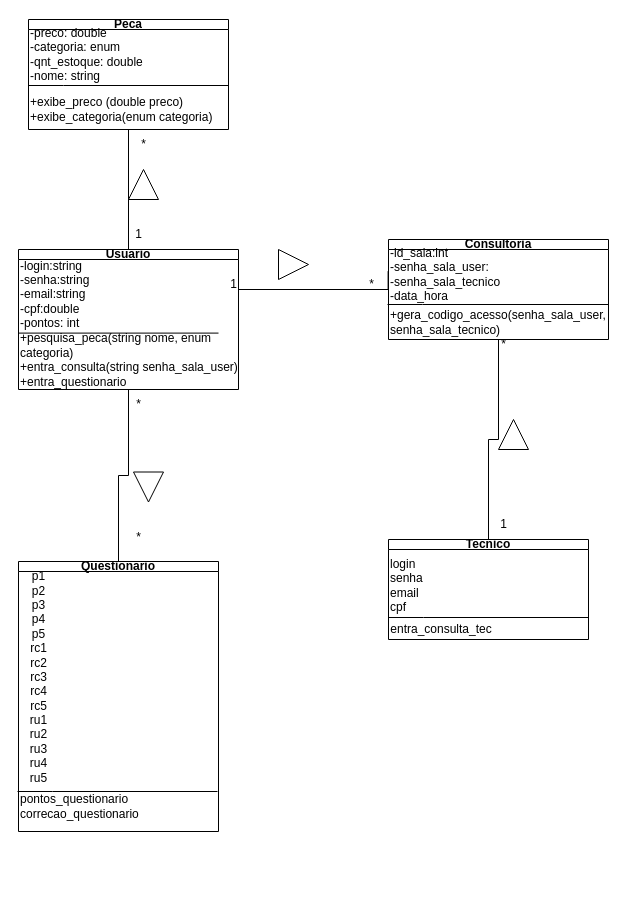
The draw.io diagram page "Page-11" (11 of 11) of Diagrama sem nome.drawio in devguina/CEFET-Software_Engineering, before the edit. Source tidied: cells renumbered, new cells numbered last; positions are measured from the earlier drawing's top-left corner, leaving out a move shared by most shapes. Both pictures are drawn from the tidied source at 100%, with x=0, y=0 at pixel (17, 19).
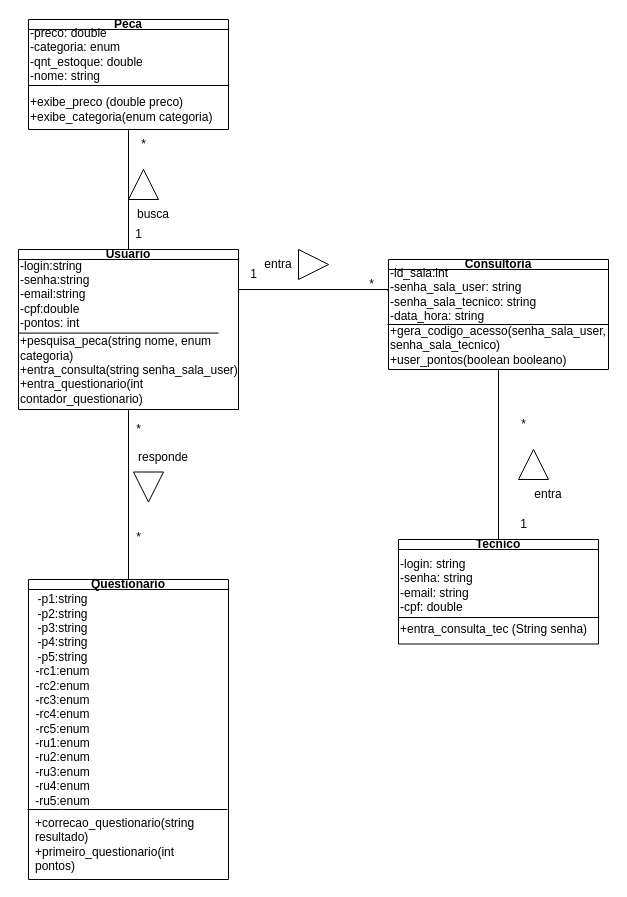
The same page after the edit.

The edit, as a diff of the source:
```diff
@@
     <mxCell id="3" value="Usuario" style="swimlane;whiteSpace=wrap;html=1;startSize=10;" parent="1" vertex="1">
-      <mxGeometry x="1" y="230" width="220" height="140" as="geometry" />
+      <mxGeometry x="1" y="230" width="220" height="160" as="geometry" />
     </mxCell>
-    <mxCell id="4" value="+pesquisa_peca(string nome, enum categoria)&lt;div&gt;+entra_consulta(string senha_sala_user)&lt;/div&gt;&lt;div&gt;+entra_questionario&lt;/div&gt;&lt;div&gt;&lt;br&gt;&lt;/div&gt;&lt;div&gt;&lt;br&gt;&lt;/div&gt;" style="text;html=1;align=left;verticalAlign=middle;whiteSpace=wrap;rounded=0;" parent="3" vertex="1">
-      <mxGeometry y="110" width="220" height="30" as="geometry" />
+    <mxCell id="4" value="+pesquisa_peca(string nome, enum categoria)&lt;div&gt;+entra_consulta(string senha_sala_user)&lt;/div&gt;&lt;div&gt;+entra_questionario(int contador_questionario)&lt;/div&gt;&lt;div&gt;&lt;br&gt;&lt;/div&gt;&lt;div&gt;&lt;br&gt;&lt;/div&gt;" style="text;html=1;align=left;verticalAlign=middle;whiteSpace=wrap;rounded=0;" parent="3" vertex="1">
+      <mxGeometry y="110" width="220" height="50" as="geometry" />
     </mxCell>
@@
     <mxCell id="6" value="Questionario" style="swimlane;whiteSpace=wrap;html=1;startSize=10;" parent="1" vertex="1">
-      <mxGeometry x="1" y="542" width="200" height="270" as="geometry" />
+      <mxGeometry x="11" y="560" width="200" height="300" as="geometry" />
     </mxCell>
-    <mxCell id="7" value="&lt;div&gt;p1&lt;/div&gt;&lt;div&gt;p2&lt;/div&gt;&lt;div&gt;p3&lt;/div&gt;&lt;div&gt;p4&lt;/div&gt;&lt;div&gt;p5&lt;/div&gt;&lt;div&gt;rc1&lt;/div&gt;&lt;div&gt;rc2&lt;/div&gt;&lt;div&gt;rc3&lt;/div&gt;&lt;div&gt;rc4&lt;/div&gt;&lt;div&gt;rc5&lt;/div&gt;&lt;div&gt;ru1&lt;/div&gt;&lt;div&gt;ru2&lt;/div&gt;&lt;div&gt;ru3&lt;/div&gt;&lt;div&gt;ru4&lt;/div&gt;&lt;div&gt;ru5&lt;/div&gt;&lt;div&gt;&lt;br&gt;&lt;/div&gt;&lt;div&gt;&lt;br&gt;&lt;/div&gt;" style="text;html=1;align=center;verticalAlign=middle;strokeColor=none;fillColor=none;" parent="6" vertex="1">
-      <mxGeometry width="40" height="260" as="geometry" />
+    <mxCell id="7" value="&lt;div&gt;-p1:string&lt;/div&gt;&lt;div&gt;-p2:&lt;span style=&quot;background-color: initial;&quot;&gt;string&lt;/span&gt;&lt;/div&gt;&lt;div&gt;-p3:&lt;span style=&quot;background-color: initial;&quot;&gt;string&lt;/span&gt;&lt;/div&gt;&lt;div&gt;-p4:&lt;span style=&quot;background-color: initial;&quot;&gt;string&lt;/span&gt;&lt;/div&gt;&lt;div&gt;-p5:&lt;span style=&quot;background-color: initial;&quot;&gt;string&lt;/span&gt;&lt;/div&gt;&lt;div&gt;-rc1&lt;span style=&quot;background-color: initial;&quot;&gt;:enum&lt;/span&gt;&lt;/div&gt;&lt;div&gt;-rc2&lt;span style=&quot;background-color: initial;&quot;&gt;:enum&lt;/span&gt;&lt;/div&gt;&lt;div&gt;-rc3&lt;span style=&quot;background-color: initial;&quot;&gt;:enum&lt;/span&gt;&lt;/div&gt;&lt;div&gt;-rc4&lt;span style=&quot;background-color: initial;&quot;&gt;:enum&lt;/span&gt;&lt;/div&gt;&lt;div&gt;-rc5&lt;span style=&quot;background-color: initial;&quot;&gt;:&lt;/span&gt;&lt;span style=&quot;background-color: initial;&quot;&gt;enum&lt;/span&gt;&lt;/div&gt;&lt;div&gt;-ru1&lt;span style=&quot;background-color: initial;&quot;&gt;:&lt;/span&gt;&lt;span style=&quot;background-color: initial;&quot;&gt;enum&lt;/span&gt;&lt;/div&gt;&lt;div&gt;-ru2&lt;span style=&quot;background-color: initial;&quot;&gt;:&lt;/span&gt;&lt;span style=&quot;background-color: initial;&quot;&gt;enum&lt;/span&gt;&lt;/div&gt;&lt;div&gt;-ru3&lt;span style=&quot;background-color: initial;&quot;&gt;:&lt;/span&gt;&lt;span style=&quot;background-color: initial;&quot;&gt;enum&lt;/span&gt;&lt;/div&gt;&lt;div&gt;-ru4&lt;span style=&quot;background-color: initial;&quot;&gt;:&lt;/span&gt;&lt;span style=&quot;background-color: initial;&quot;&gt;enum&lt;/span&gt;&lt;/div&gt;&lt;div&gt;-ru5&lt;span style=&quot;background-color: initial;&quot;&gt;:&lt;/span&gt;&lt;span style=&quot;background-color: initial;&quot;&gt;enum&lt;/span&gt;&lt;/div&gt;&lt;div&gt;&lt;br&gt;&lt;/div&gt;&lt;div&gt;&lt;br&gt;&lt;/div&gt;" style="text;html=1;align=center;verticalAlign=middle;strokeColor=none;fillColor=none;" parent="6" vertex="1">
+      <mxGeometry x="-6" y="5" width="80" height="260" as="geometry" />
     </mxCell>
@@
-    <mxCell id="9" value="pontos_questionario&lt;div&gt;correcao_questionario&lt;/div&gt;" style="text;html=1;align=left;verticalAlign=middle;whiteSpace=wrap;rounded=0;" parent="6" vertex="1">
-      <mxGeometry y="230" width="60" height="30" as="geometry" />
+    <mxCell id="9" value="&lt;div&gt;+correcao_questionario(string resultado)&lt;/div&gt;&lt;div&gt;+primeiro_questionario(int pontos)&lt;/div&gt;" style="text;html=1;align=left;verticalAlign=middle;whiteSpace=wrap;rounded=0;" parent="6" vertex="1">
+      <mxGeometry x="5" y="250" width="180" height="30" as="geometry" />
     </mxCell>
     <mxCell id="10" value="*" style="text;html=1;align=center;verticalAlign=middle;strokeColor=none;fillColor=none;" parent="1" vertex="1">
-      <mxGeometry x="106" y="370" width="30" height="30" as="geometry" />
+      <mxGeometry x="106" y="395" width="30" height="30" as="geometry" />
     </mxCell>
@@
     <mxCell id="12" value="Consultoria" style="swimlane;whiteSpace=wrap;html=1;startSize=10;" parent="1" vertex="1">
-      <mxGeometry x="371" y="220" width="220" height="100" as="geometry" />
+      <mxGeometry x="371" y="240" width="220" height="110" as="geometry" />
     </mxCell>
-    <mxCell id="13" value="-id_sala:int&lt;div&gt;-senha_sala_user:&lt;/div&gt;&lt;div&gt;-senha_sala_tecnico&lt;/div&gt;&lt;div&gt;-data_hora&lt;/div&gt;" style="text;html=1;align=left;verticalAlign=middle;points=[];strokeColor=none;fillColor=none;" parent="12" vertex="1">
-      <mxGeometry width="130" height="70" as="geometry" />
+    <mxCell id="13" value="-id_sala:int&lt;div&gt;-senha_sala_user: string&lt;/div&gt;&lt;div&gt;-senha_sala_tecnico: string&lt;/div&gt;&lt;div&gt;-data_hora: string&lt;/div&gt;" style="text;html=1;align=left;verticalAlign=middle;points=[];strokeColor=none;fillColor=none;" parent="12" vertex="1">
+      <mxGeometry width="170" height="70" as="geometry" />
     </mxCell>
@@
-    <mxCell id="15" value="&lt;div&gt;+gera_codigo_acesso(senha_sala_user, senha_sala_tecnico)&lt;/div&gt;" style="text;html=1;align=left;verticalAlign=middle;whiteSpace=wrap;rounded=0;" parent="12" vertex="1">
-      <mxGeometry y="68" width="220" height="30" as="geometry" />
+    <mxCell id="15" value="&lt;div&gt;+gera_codigo_acesso(senha_sala_user,&amp;nbsp; senha_sala_tecnico)&lt;/div&gt;&lt;div&gt;+user_pontos(boolean booleano)&lt;/div&gt;" style="text;html=1;align=left;verticalAlign=middle;whiteSpace=wrap;rounded=0;" parent="12" vertex="1">
+      <mxGeometry y="50" width="220" height="72" as="geometry" />
     </mxCell>
@@
     <mxCell id="17" value="Tecnico" style="swimlane;whiteSpace=wrap;html=1;startSize=10;" parent="1" vertex="1">
-      <mxGeometry x="371" y="520" width="200" height="100" as="geometry" />
+      <mxGeometry x="381" y="520" width="200" height="104.5" as="geometry" />
     </mxCell>
-    <mxCell id="18" value="&lt;div&gt;login&lt;/div&gt;&lt;div&gt;senha&lt;/div&gt;&lt;div&gt;email&lt;/div&gt;&lt;div&gt;cpf&lt;/div&gt;" style="text;html=1;align=left;verticalAlign=middle;strokeColor=none;fillColor=none;" parent="17" vertex="1">
-      <mxGeometry y="10.5" width="60" height="70" as="geometry" />
+    <mxCell id="18" value="&lt;div&gt;-login: string&lt;/div&gt;&lt;div&gt;-senha: string&lt;/div&gt;&lt;div&gt;-email: string&lt;/div&gt;&lt;div&gt;-cpf: double&lt;/div&gt;" style="text;html=1;align=left;verticalAlign=middle;strokeColor=none;fillColor=none;" parent="17" vertex="1">
+      <mxGeometry y="10.5" width="100" height="70" as="geometry" />
     </mxCell>
@@
-    <mxCell id="20" value="entra_consulta_tec" style="text;html=1;align=center;verticalAlign=middle;whiteSpace=wrap;rounded=0;" parent="17" vertex="1">
-      <mxGeometry x="23" y="74.5" width="60" height="30" as="geometry" />
+    <mxCell id="20" value="+entra_consulta_tec (String senha)" style="text;html=1;align=left;verticalAlign=middle;whiteSpace=wrap;rounded=0;" parent="17" vertex="1">
+      <mxGeometry y="74.5" width="190" height="30" as="geometry" />
     </mxCell>
@@
     <mxCell id="22" value="1" style="text;html=1;align=center;verticalAlign=middle;strokeColor=none;fillColor=none;" parent="1" vertex="1">
-      <mxGeometry x="201" y="250" width="30" height="30" as="geometry" />
+      <mxGeometry x="221" y="240" width="30" height="30" as="geometry" />
     </mxCell>
@@
     <mxCell id="24" value="1" style="text;html=1;align=center;verticalAlign=middle;strokeColor=none;fillColor=none;" parent="1" vertex="1">
-      <mxGeometry x="471" y="490" width="30" height="30" as="geometry" />
+      <mxGeometry x="491" y="490" width="30" height="30" as="geometry" />
     </mxCell>
     <mxCell id="25" value="*" style="text;html=1;align=center;verticalAlign=middle;strokeColor=none;fillColor=none;" parent="1" vertex="1">
-      <mxGeometry x="471" y="310" width="30" height="30" as="geometry" />
+      <mxGeometry x="491" y="390" width="30" height="30" as="geometry" />
     </mxCell>
@@
     <mxCell id="35" style="triangle;whiteSpace=wrap;html=1;rotation=0;" parent="1" vertex="1">
-      <mxGeometry x="261" y="230" width="30" height="30" as="geometry" />
+      <mxGeometry x="281" y="230" width="30" height="30" as="geometry" />
     </mxCell>
     <mxCell id="36" style="triangle;whiteSpace=wrap;html=1;rotation=-90;" parent="1" vertex="1">
-      <mxGeometry x="481" y="400" width="30" height="30" as="geometry" />
+      <mxGeometry x="501" y="430" width="30" height="30" as="geometry" />
     </mxCell>
@@
+    <mxCell id="38" value="responde" style="text;html=1;align=center;verticalAlign=middle;whiteSpace=wrap;rounded=0;" parent="1" vertex="1">
+      <mxGeometry x="116" y="422.5" width="60" height="30" as="geometry" />
+    </mxCell>
+    <mxCell id="39" value="entra" style="text;html=1;align=center;verticalAlign=middle;whiteSpace=wrap;rounded=0;" parent="1" vertex="1">
+      <mxGeometry x="501" y="460" width="60" height="30" as="geometry" />
+    </mxCell>
+    <mxCell id="40" value="entra" style="text;html=1;align=center;verticalAlign=middle;whiteSpace=wrap;rounded=0;" parent="1" vertex="1">
+      <mxGeometry x="231" y="230" width="60" height="30" as="geometry" />
+    </mxCell>
+    <mxCell id="41" value="busca" style="text;html=1;align=center;verticalAlign=middle;whiteSpace=wrap;rounded=0;" parent="1" vertex="1">
+      <mxGeometry x="106" y="180" width="60" height="30" as="geometry" />
+    </mxCell>
```
